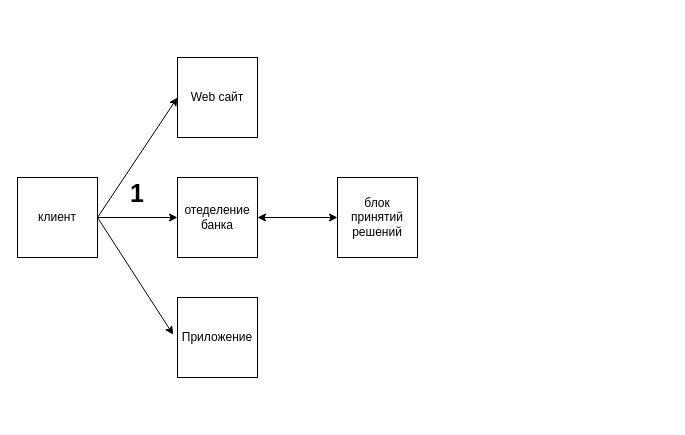
Above: Диаграмма без названия.drawio in Wonderbeaver/test (draw.io), before the change. Source tidied: cells renumbered, new cells numbered last; positions are measured from the earlier drawing's top-left corner, leaving out a move shared by most shapes. Both pictures are drawn from the tidied source at 100%, with x=0, y=0 at pixel (17, 57).
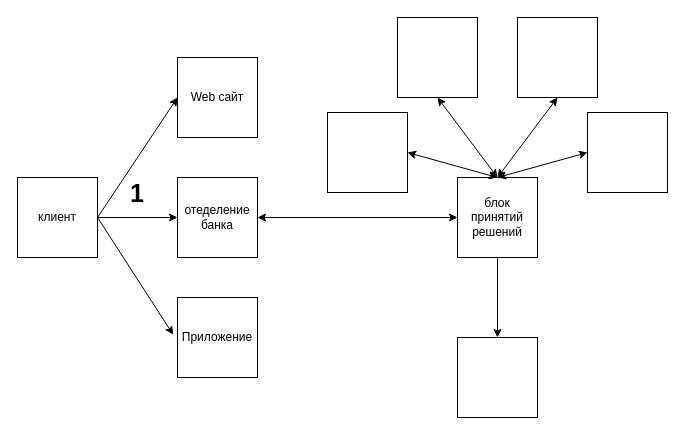
The same page after the edit.

Change to the diagram source:
```diff
@@
     <mxCell id="14" style="whiteSpace=wrap;html=1;" parent="1" vertex="1">
-      <mxGeometry x="320" y="120" width="80" height="80" as="geometry" />
+      <mxGeometry x="440" y="120" width="80" height="80" as="geometry" />
     </mxCell>
     <mxCell id="15" value="блок принятий решений" style="text;html=1;strokeColor=none;fillColor=none;align=center;verticalAlign=middle;whiteSpace=wrap;rounded=0;" parent="1" vertex="1">
-      <mxGeometry x="330" y="145" width="60" height="30" as="geometry" />
+      <mxGeometry x="450" y="145" width="60" height="30" as="geometry" />
     </mxCell>
@@
+    <mxCell id="17" style="whiteSpace=wrap;html=1;" parent="1" vertex="1">
+      <mxGeometry x="380" y="-40" width="80" height="80" as="geometry" />
+    </mxCell>
+    <mxCell id="18" style="whiteSpace=wrap;html=1;" parent="1" vertex="1">
+      <mxGeometry x="500" y="-40" width="80" height="80" as="geometry" />
+    </mxCell>
+    <mxCell id="19" style="whiteSpace=wrap;html=1;" parent="1" vertex="1">
+      <mxGeometry x="310" y="55" width="80" height="80" as="geometry" />
+    </mxCell>
+    <mxCell id="20" style="whiteSpace=wrap;html=1;" parent="1" vertex="1">
+      <mxGeometry x="570" y="55" width="80" height="80" as="geometry" />
+    </mxCell>
+    <mxCell id="21" style="endArrow=classic;startArrow=classic;html=1;rounded=0;entryX=1;entryY=0.5;entryDx=0;entryDy=0;" parent="1" edge="1" target="19">
+      <mxGeometry relative="1" as="geometry">
+        <mxPoint x="480" y="120" as="sourcePoint" />
+      </mxGeometry>
+    </mxCell>
+    <mxCell id="22" style="endArrow=classic;startArrow=classic;html=1;rounded=0;entryX=0.5;entryY=1;entryDx=0;entryDy=0;" parent="1" edge="1" target="17">
+      <mxGeometry relative="1" as="geometry">
+        <mxPoint x="480" y="120" as="sourcePoint" />
+      </mxGeometry>
+    </mxCell>
+    <mxCell id="23" style="endArrow=classic;startArrow=classic;html=1;rounded=0;entryX=0.5;entryY=1;entryDx=0;entryDy=0;" parent="1" edge="1" target="18">
+      <mxGeometry relative="1" as="geometry">
+        <mxPoint x="480" y="120" as="sourcePoint" />
+      </mxGeometry>
+    </mxCell>
+    <mxCell id="24" style="endArrow=classic;startArrow=classic;html=1;rounded=0;entryX=0;entryY=0.5;entryDx=0;entryDy=0;" parent="1" edge="1" target="20">
+      <mxGeometry relative="1" as="geometry">
+        <mxPoint x="480" y="120" as="sourcePoint" />
+      </mxGeometry>
+    </mxCell>
+    <mxCell id="25" style="whiteSpace=wrap;html=1;" parent="1" vertex="1">
+      <mxGeometry x="440" y="280" width="80" height="80" as="geometry" />
+    </mxCell>
+    <mxCell id="26" style="endArrow=classic;html=1;rounded=0;entryX=0.5;entryY=0;entryDx=0;entryDy=0;" parent="1" edge="1" target="25">
+      <mxGeometry relative="1" as="geometry">
+        <mxPoint x="480" y="200" as="sourcePoint" />
+      </mxGeometry>
+    </mxCell>
```
